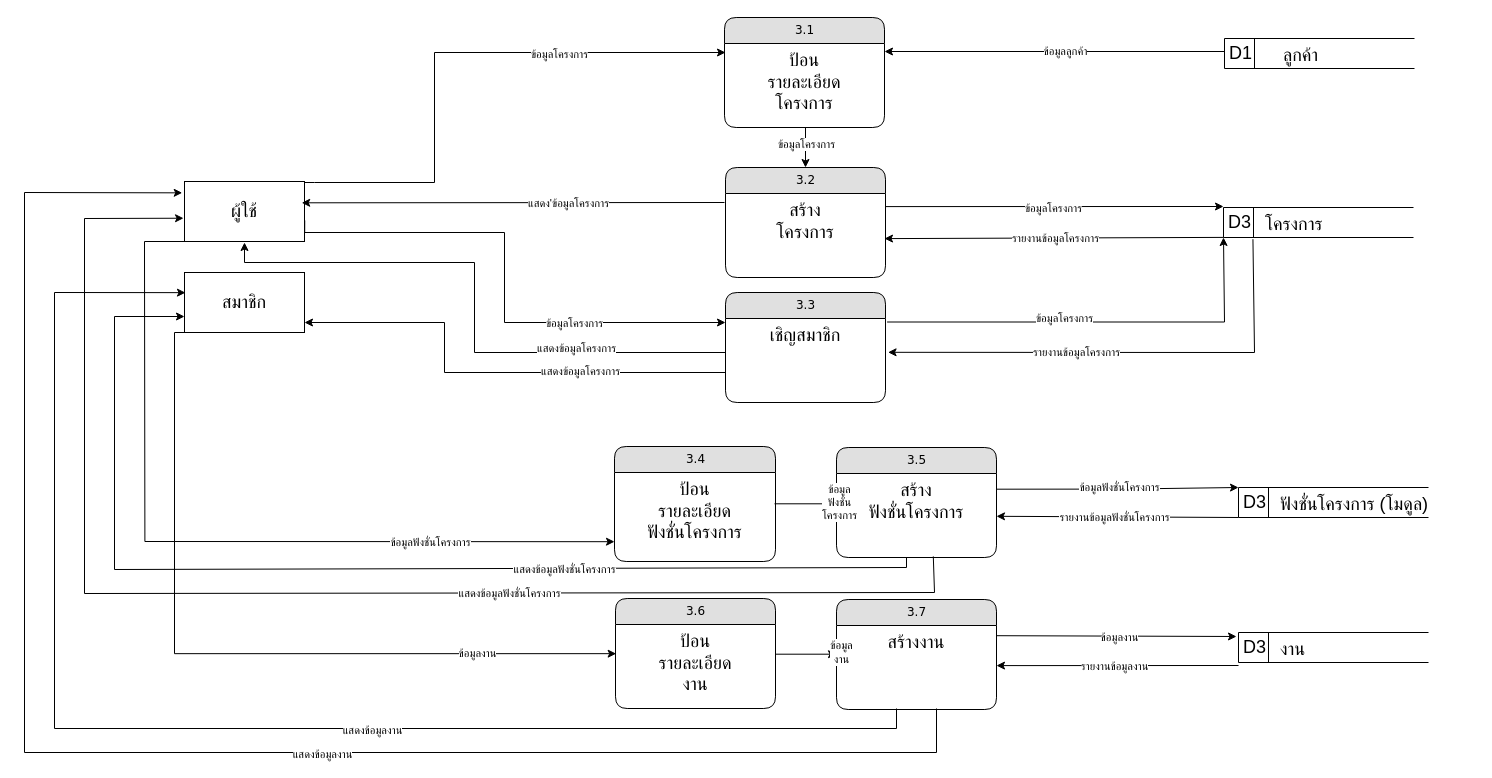
This is dataflow-pms-3.0.drawio from NewSnooker/it-udvc-pms, a draw.io file, before an edit. Source tidied: cells renumbered, new cells numbered last; positions are measured from the earlier drawing's top-left corner, leaving out a move shared by most shapes. Both pictures are drawn from the tidied source at 100%, with x=0, y=0 at pixel (24, 17).
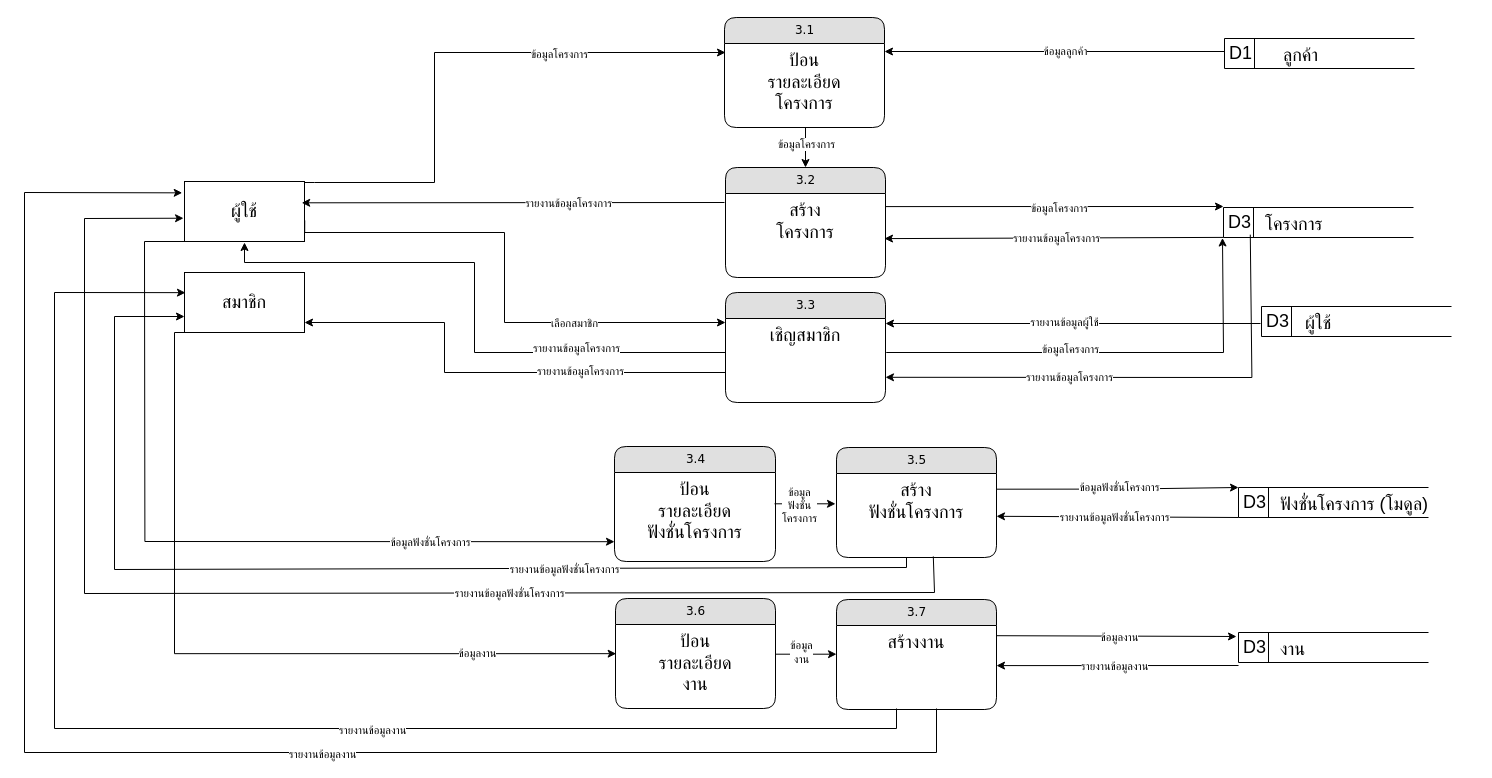
After the change.

Unchanged cells that the change refers to:
```xml
<mxCell id="32" value="&lt;font style=&quot;font-size: 18px;&quot;&gt;D3&lt;/font&gt;" style="html=1;dashed=0;whiteSpace=wrap;shape=mxgraph.dfd.dataStoreID;align=left;spacingLeft=3;points=[[0,0],[0.5,0],[1,0],[0,0.5],[1,0.5],[0,1],[0.5,1],[1,1]];" parent="1" vertex="1">
  <mxGeometry x="1199" y="190" width="190" height="30" as="geometry" />
</mxCell>
<mxCell id="34" style="endArrow=classic;html=1;rounded=0;exitX=0.984;exitY=0.373;exitDx=0;exitDy=0;exitPerimeter=0;" parent="1" edge="1">
  <mxGeometry relative="1" as="geometry">
    <mxPoint x="861" y="189.1" as="sourcePoint" />
    <mxPoint x="1199" y="188.9" as="targetPoint" />
    <Array as="points">
      <mxPoint x="1199" y="189" />
    </Array>
  </mxGeometry>
</mxCell>
<mxCell id="36" style="endArrow=classic;html=1;rounded=0;entryX=1.023;entryY=0.349;entryDx=0;entryDy=0;entryPerimeter=0;" parent="1" edge="1">
  <mxGeometry relative="1" as="geometry">
    <mxPoint x="1199" y="219.9" as="sourcePoint" />
    <mxPoint x="860" y="221.1" as="targetPoint" />
  </mxGeometry>
</mxCell>
<mxCell id="45" value="&lt;span style=&quot;font-size: 18px;&quot;&gt;เชิญสมาชิก&lt;/span&gt;" style="text;html=1;strokeColor=none;fillColor=none;spacingLeft=4;spacingRight=4;whiteSpace=wrap;overflow=hidden;points=[[0,0.5],[1,0.5]];portConstraint=eastwest;align=center;" parent="44" vertex="1">
  <mxGeometry y="26" width="160" height="74" as="geometry" />
</mxCell>
<mxCell id="51" style="endArrow=classic;html=1;rounded=0;exitX=1.002;exitY=0.648;exitDx=0;exitDy=0;exitPerimeter=0;entryX=0;entryY=0.054;entryDx=0;entryDy=0;entryPerimeter=0;edgeStyle=orthogonalEdgeStyle;" parent="1" edge="1" source="4" target="45">
  <mxGeometry relative="1" as="geometry">
    <Array as="points">
      <mxPoint x="280" y="215" />
      <mxPoint x="480" y="215" />
      <mxPoint x="480" y="305" />
    </Array>
  </mxGeometry>
</mxCell>
<mxCell id="53" style="endArrow=classic;html=1;rounded=0;exitX=0;exitY=0.324;exitDx=0;exitDy=0;exitPerimeter=0;edgeStyle=orthogonalEdgeStyle;" parent="1" edge="1" source="45">
  <mxGeometry relative="1" as="geometry">
    <mxPoint x="220" y="225" as="targetPoint" />
    <Array as="points">
      <mxPoint x="701" y="335" />
      <mxPoint x="450" y="335" />
      <mxPoint x="450" y="245" />
      <mxPoint x="220" y="245" />
    </Array>
  </mxGeometry>
</mxCell>
<mxCell id="57" style="endArrow=classic;html=1;rounded=0;entryX=0.008;entryY=0.336;entryDx=0;entryDy=0;entryPerimeter=0;" parent="1" edge="1" target="50">
  <mxGeometry relative="1" as="geometry">
    <mxPoint x="872" y="691" as="sourcePoint" />
    <Array as="points">
      <mxPoint x="872" y="711" />
      <mxPoint x="30" y="711" />
      <mxPoint x="30" y="275" />
    </Array>
  </mxGeometry>
</mxCell>
<mxCell id="59" style="endArrow=classic;html=1;rounded=0;entryX=0.004;entryY=0.717;entryDx=0;entryDy=0;entryPerimeter=0;" parent="1" edge="1">
  <mxGeometry relative="1" as="geometry">
    <mxPoint x="160" y="224" as="sourcePoint" />
    <mxPoint x="590" y="524.2" as="targetPoint" />
    <Array as="points">
      <mxPoint x="120" y="224" />
      <mxPoint x="120.4" y="524" />
    </Array>
  </mxGeometry>
</mxCell>
<mxCell id="63" style="endArrow=classic;html=1;rounded=0;entryX=0;entryY=0.75;entryDx=0;entryDy=0;" parent="1" edge="1">
  <mxGeometry relative="1" as="geometry">
    <mxPoint x="882" y="540" as="sourcePoint" />
    <mxPoint x="160" y="299" as="targetPoint" />
    <Array as="points">
      <mxPoint x="882" y="550" />
      <mxPoint x="90" y="552" />
      <mxPoint x="90" y="299" />
    </Array>
  </mxGeometry>
</mxCell>
<mxCell id="67" style="endArrow=classic;html=1;rounded=0;exitX=0;exitY=0.324;exitDx=0;exitDy=0;exitPerimeter=0;edgeStyle=orthogonalEdgeStyle;entryX=1;entryY=0.5;entryDx=0;entryDy=0;" parent="1" edge="1">
  <mxGeometry relative="1" as="geometry">
    <mxPoint x="701" y="345" as="sourcePoint" />
    <mxPoint x="280" y="305" as="targetPoint" />
    <Array as="points">
      <mxPoint x="701" y="355" />
      <mxPoint x="420" y="355" />
      <mxPoint x="420" y="305" />
    </Array>
  </mxGeometry>
</mxCell>
<mxCell id="69" style="endArrow=classic;html=1;rounded=0;entryX=-0.008;entryY=0.612;entryDx=0;entryDy=0;entryPerimeter=0;exitX=0.605;exitY=0.987;exitDx=0;exitDy=0;exitPerimeter=0;" parent="1" edge="1" source="27" target="4">
  <mxGeometry relative="1" as="geometry">
    <Array as="points">
      <mxPoint x="910" y="575" />
      <mxPoint x="60" y="576" />
      <mxPoint x="60" y="201" />
    </Array>
  </mxGeometry>
</mxCell>
<mxCell id="71" style="endArrow=classic;html=1;rounded=0;entryX=-0.019;entryY=0.189;entryDx=0;entryDy=0;entryPerimeter=0;" parent="1" edge="1" target="4">
  <mxGeometry relative="1" as="geometry">
    <mxPoint x="912" y="691" as="sourcePoint" />
    <Array as="points">
      <mxPoint x="912" y="735" />
      <mxPoint y="735" />
      <mxPoint y="175" />
    </Array>
  </mxGeometry>
</mxCell>
```

The edit, as a diff of the source:
```diff
@@
-    <mxCell id="25" value="แสดง'ข้อมูลโครงการ" style="edgeLabel;html=1;align=center;verticalAlign=middle;" parent="1" vertex="1">
+    <mxCell id="25" value="รายงานข้อมูลโครงการ" style="edgeLabel;html=1;align=center;verticalAlign=middle;" parent="1" vertex="1">
       <mxGeometry x="540" y="189" as="geometry">
         <mxPoint x="3" y="-4" as="offset" />
       </mxGeometry>
     </mxCell>
@@
     <mxCell id="35" value="ข้อมูลโครงการ" style="edgeLabel;html=1;align=center;verticalAlign=middle;" parent="34" vertex="1">
       <mxGeometry x="-0.09" relative="1" as="geometry">
-        <mxPoint x="14" y="1" as="offset" />
+        <mxPoint x="20" y="1" as="offset" />
       </mxGeometry>
     </mxCell>
@@
     <mxCell id="37" value="รายงานข้อมูลโครงการ" style="edgeLabel;html=1;align=center;verticalAlign=middle;" parent="36" vertex="1">
       <mxGeometry x="-0.09" relative="1" as="geometry">
-        <mxPoint x="-15" as="offset" />
+        <mxPoint x="-14" as="offset" />
       </mxGeometry>
     </mxCell>
@@
-    <mxCell id="46" style="endArrow=classic;html=1;rounded=0;exitX=0.155;exitY=1.056;exitDx=0;exitDy=0;exitPerimeter=0;entryX=1.016;entryY=0.457;entryDx=0;entryDy=0;entryPerimeter=0;" parent="1" edge="1" source="32" target="45">
+    <mxCell id="46" style="endArrow=classic;html=1;rounded=0;exitX=0.141;exitY=0.905;exitDx=0;exitDy=0;exitPerimeter=0;entryX=1.016;entryY=0.457;entryDx=0;entryDy=0;entryPerimeter=0;" parent="1" edge="1" source="32">
       <mxGeometry relative="1" as="geometry">
+        <mxPoint x="861" y="359.8" as="targetPoint" />
         <Array as="points">
-          <mxPoint x="1230" y="335" />
+          <mxPoint x="1227.4" y="360" />
         </Array>
       </mxGeometry>
     </mxCell>
     <mxCell id="47" value="รายงานข้อมูลโครงการ" style="edgeLabel;html=1;align=center;verticalAlign=middle;" parent="46" vertex="1">
       <mxGeometry x="-0.09" relative="1" as="geometry">
-        <mxPoint x="-74" as="offset" />
+        <mxPoint x="-94" as="offset" />
       </mxGeometry>
     </mxCell>
-    <mxCell id="48" style="endArrow=classic;html=1;rounded=0;exitX=1.016;exitY=0.115;exitDx=0;exitDy=0;exitPerimeter=0;edgeStyle=orthogonalEdgeStyle;" parent="1" edge="1">
+    <mxCell id="48" style="endArrow=classic;html=1;rounded=0;edgeStyle=orthogonalEdgeStyle;" parent="1" edge="1">
       <mxGeometry relative="1" as="geometry">
-        <mxPoint x="862.6" y="304.5" as="sourcePoint" />
-        <mxPoint x="1199" y="220" as="targetPoint" />
+        <mxPoint x="869" y="335" as="sourcePoint" />
+        <mxPoint x="1198" y="220.5" as="targetPoint" />
         <Array as="points">
-          <mxPoint x="1200" y="304" />
-          <mxPoint x="1200" y="220" />
+          <mxPoint x="862" y="335" />
+          <mxPoint x="1199" y="335" />
+          <mxPoint x="1199" y="221" />
         </Array>
       </mxGeometry>
     </mxCell>
     <mxCell id="49" value="ข้อมูลโครงการ" style="edgeLabel;html=1;align=center;verticalAlign=middle;" parent="48" vertex="1">
       <mxGeometry x="-0.09" relative="1" as="geometry">
-        <mxPoint x="-15" y="-4" as="offset" />
+        <mxPoint x="-19" y="-4" as="offset" />
       </mxGeometry>
     </mxCell>
@@
-    <mxCell id="52" value="ข้อมูลโครงการ" style="edgeLabel;html=1;align=center;verticalAlign=middle;" parent="51" vertex="1">
+    <mxCell id="52" value="เลือกสมาชิก" style="edgeLabel;html=1;align=center;verticalAlign=middle;" parent="51" vertex="1">
       <mxGeometry x="0.42" y="-1" relative="1" as="geometry" />
     </mxCell>
@@
-    <mxCell id="54" value="แสดงข้อมูลโครงการ" style="edgeLabel;html=1;align=center;verticalAlign=middle;" parent="53" vertex="1">
+    <mxCell id="54" value="รายงานข้อมูลโครงการ" style="edgeLabel;html=1;align=center;verticalAlign=middle;" parent="53" vertex="1">
       <mxGeometry x="-0.35" y="-2" relative="1" as="geometry">
         <mxPoint x="35" y="-3" as="offset" />
       </mxGeometry>
     </mxCell>
@@
-    <mxCell id="58" value="แสดงข้อมูลงาน" style="edgeLabel;html=1;align=center;verticalAlign=middle;" parent="57" vertex="1">
+    <mxCell id="58" value="รายงานข้อมูลงาน" style="edgeLabel;html=1;align=center;verticalAlign=middle;" parent="57" vertex="1">
       <mxGeometry x="-0.07" y="1" relative="1" as="geometry">
         <mxPoint x="119" as="offset" />
       </mxGeometry>
     </mxCell>
@@
     <mxCell id="61" value="ข้อมูล&lt;div&gt;ฟังชั่น&lt;div&gt;โครงการ&lt;/div&gt;&lt;/div&gt;" style="edgeLabel;html=1;align=center;verticalAlign=middle;" parent="59" vertex="1">
       <mxGeometry x="0.53" relative="1" as="geometry">
-        <mxPoint x="415" y="-40" as="offset" />
+        <mxPoint x="375" y="-37" as="offset" />
       </mxGeometry>
     </mxCell>
     <mxCell id="62" value="ข้อมูล&lt;div&gt;งาน&lt;/div&gt;" style="edgeLabel;html=1;align=center;verticalAlign=middle;" parent="59" vertex="1">
       <mxGeometry x="0.53" relative="1" as="geometry">
-        <mxPoint x="417" y="110" as="offset" />
+        <mxPoint x="377" y="110" as="offset" />
       </mxGeometry>
     </mxCell>
@@
-    <mxCell id="64" value="แสดงข้อมูลฟังชั่นโครงการ" style="edgeLabel;html=1;align=center;verticalAlign=middle;" parent="63" vertex="1">
+    <mxCell id="64" value="รายงานข้อมูลฟังชั่นโครงการ" style="edgeLabel;html=1;align=center;verticalAlign=middle;" parent="63" vertex="1">
       <mxGeometry x="-0.07" y="1" relative="1" as="geometry">
         <mxPoint x="170" y="-1" as="offset" />
       </mxGeometry>
     </mxCell>
@@
-    <mxCell id="68" value="แสดงข้อมูลโครงการ" style="edgeLabel;html=1;align=center;verticalAlign=middle;" parent="67" vertex="1">
+    <mxCell id="68" value="รายงานข้อมูลโครงการ" style="edgeLabel;html=1;align=center;verticalAlign=middle;" parent="67" vertex="1">
       <mxGeometry x="-0.35" y="-2" relative="1" as="geometry" />
     </mxCell>
@@
-    <mxCell id="70" value="แสดงข้อมูลฟังชั่นโครงการ" style="edgeLabel;html=1;align=center;verticalAlign=middle;" parent="69" vertex="1">
+    <mxCell id="70" value="รายงานข้อมูลฟังชั่นโครงการ" style="edgeLabel;html=1;align=center;verticalAlign=middle;" parent="69" vertex="1">
       <mxGeometry x="-0.07" y="1" relative="1" as="geometry">
         <mxPoint x="170" y="-1" as="offset" />
       </mxGeometry>
     </mxCell>
@@
-    <mxCell id="72" value="แสดงข้อมูลงาน" style="edgeLabel;html=1;align=center;verticalAlign=middle;" parent="71" vertex="1">
+    <mxCell id="72" value="รายงานข้อมูลงาน" style="edgeLabel;html=1;align=center;verticalAlign=middle;" parent="71" vertex="1">
       <mxGeometry x="-0.07" y="1" relative="1" as="geometry">
         <mxPoint x="119" as="offset" />
       </mxGeometry>
     </mxCell>
+    <mxCell id="73" value="&lt;font style=&quot;font-size: 18px;&quot;&gt;D3&lt;/font&gt;" style="html=1;dashed=0;whiteSpace=wrap;shape=mxgraph.dfd.dataStoreID;align=left;spacingLeft=3;" parent="1" vertex="1">
+      <mxGeometry x="1237" y="289" width="190" height="30" as="geometry" />
+    </mxCell>
+    <mxCell id="74" value="&lt;span style=&quot;font-size: 18px; font-weight: 400;&quot;&gt;ผู้ใช้&lt;/span&gt;" style="text;strokeColor=none;fillColor=none;html=1;fontSize=24;fontStyle=1;verticalAlign=middle;align=left;" parent="1" vertex="1">
+      <mxGeometry x="1279" y="289" width="171.5" height="30" as="geometry" />
+    </mxCell>
+    <mxCell id="75" style="edgeStyle=orthogonalEdgeStyle;rounded=0;orthogonalLoop=1;jettySize=auto;html=1;entryX=1;entryY=0.5;entryDx=0;entryDy=0;" parent="1" edge="1">
+      <mxGeometry relative="1" as="geometry">
+        <mxPoint x="1236" y="306" as="sourcePoint" />
+        <mxPoint x="861" y="306" as="targetPoint" />
+      </mxGeometry>
+    </mxCell>
+    <mxCell id="76" value="รายงานข้อมูลผู้ใช้" style="edgeLabel;html=1;align=center;verticalAlign=middle;" parent="75" vertex="1">
+      <mxGeometry x="0.24" y="2" relative="1" as="geometry">
+        <mxPoint x="36" y="-4" as="offset" />
+      </mxGeometry>
+    </mxCell>
```
